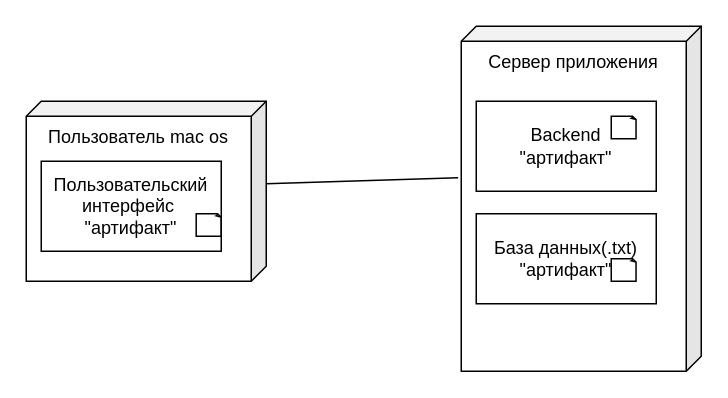
Above: Project_Analysis/Deployment_Diagram/Deployment_Diagram.drawio in AynurVafin/Install_monitor (draw.io), before the change. Source tidied: cells renumbered, new cells numbered last; positions are measured from the earlier drawing's top-left corner, leaving out a move shared by most shapes. Both pictures are drawn from the tidied source at 150%, with x=0, y=0 at pixel (26, 26).
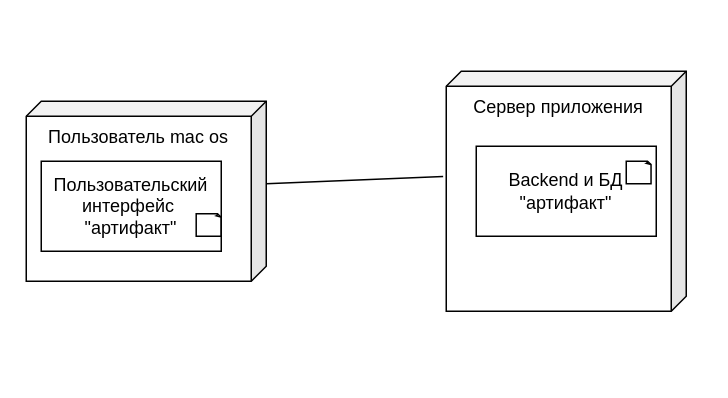
The same diagram, later.

What changed in the source:
```diff
@@
 <mxGraphModel>
   <root>
     <mxCell id="0" />
     <mxCell id="1" parent="0" />
     <mxCell id="2" value="Пользователь mac os" style="shape=cube;whiteSpace=wrap;html=1;boundedLbl=1;backgroundOutline=1;darkOpacity=0.05;darkOpacity2=0.1;direction=east;flipH=1;size=10;verticalAlign=top;" parent="1" vertex="1">
       <mxGeometry y="50" width="160" height="120" as="geometry" />
     </mxCell>
     <mxCell id="3" value="Сервер приложения" style="shape=cube;whiteSpace=wrap;html=1;boundedLbl=1;backgroundOutline=1;darkOpacity=0.05;darkOpacity2=0.1;direction=east;flipH=1;size=10;verticalAlign=top;" parent="1" vertex="1">
-      <mxGeometry x="290" width="160" height="230" as="geometry" />
+      <mxGeometry x="280" y="30" width="160" height="160" as="geometry" />
     </mxCell>
     <mxCell id="4" value="Пользовательский интерфейс&amp;nbsp;&lt;br&gt;&quot;артифакт&quot;" style="rounded=0;whiteSpace=wrap;html=1;" parent="1" vertex="1">
       <mxGeometry x="10" y="90" width="120" height="60" as="geometry" />
     </mxCell>
-    <mxCell id="5" value="Backend&lt;br&gt;&quot;артифакт&quot;" style="rounded=0;whiteSpace=wrap;html=1;" parent="1" vertex="1">
-      <mxGeometry x="300" y="50" width="120" height="60" as="geometry" />
+    <mxCell id="5" value="Backend и БД&lt;br&gt;&quot;артифакт&quot;" style="rounded=0;whiteSpace=wrap;html=1;" parent="1" vertex="1">
+      <mxGeometry x="300" y="80" width="120" height="60" as="geometry" />
     </mxCell>
     <mxCell id="6" style="endArrow=none;html=1;rounded=0;exitX=0;exitY=0;exitDx=0;exitDy=55;exitPerimeter=0;entryX=1.013;entryY=0.439;entryDx=0;entryDy=0;entryPerimeter=0;" parent="1" edge="1" source="2" target="3">
       <mxGeometry relative="1" as="geometry" />
     </mxCell>
     <mxCell id="7" style="whiteSpace=wrap;html=1;shape=mxgraph.basic.document;" parent="1" vertex="1">
       <mxGeometry x="113.3" y="125" width="16.7" height="15" as="geometry" />
     </mxCell>
-    <mxCell id="8" value="База данных(.txt)&lt;br&gt;&quot;артифакт&quot;" style="rounded=0;whiteSpace=wrap;html=1;" parent="1" vertex="1">
-      <mxGeometry x="300" y="125" width="120" height="60" as="geometry" />
-    </mxCell>
-    <mxCell id="9" style="whiteSpace=wrap;html=1;shape=mxgraph.basic.document;" parent="1" vertex="1">
-      <mxGeometry x="390" y="155" width="16.7" height="15" as="geometry" />
-    </mxCell>
     <mxCell id="10" style="whiteSpace=wrap;html=1;shape=mxgraph.basic.document;" parent="1" vertex="1">
-      <mxGeometry x="390" y="60" width="16.7" height="15" as="geometry" />
+      <mxGeometry x="400" y="90" width="16.7" height="15" as="geometry" />
     </mxCell>
   </root>
 </mxGraphModel>
```
